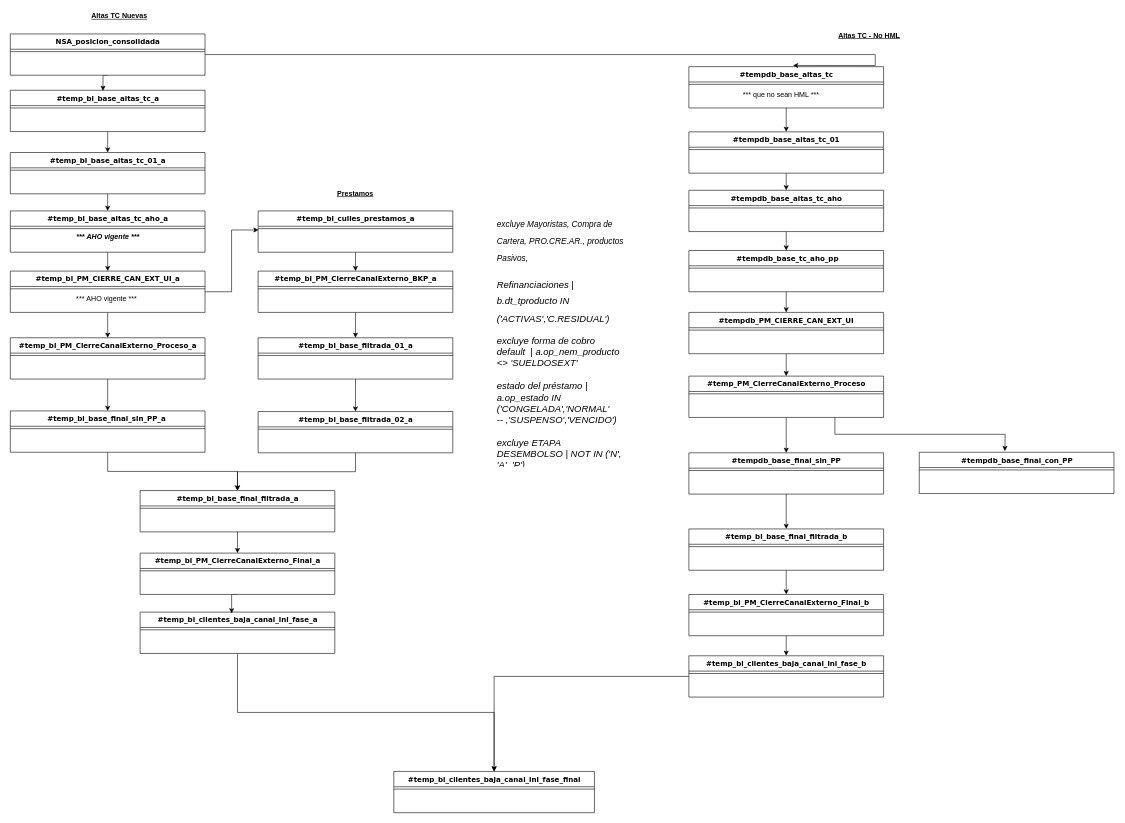
The draw.io diagram BAJA_CANALES_EXT.drawio in imaikev/data-science, before the edit. Source tidied: cells renumbered, new cells numbered last; positions are measured from the earlier drawing's top-left corner, leaving out a move shared by most shapes. Both pictures are drawn from the tidied source at 59%, with x=0, y=0 at pixel (10, 10).
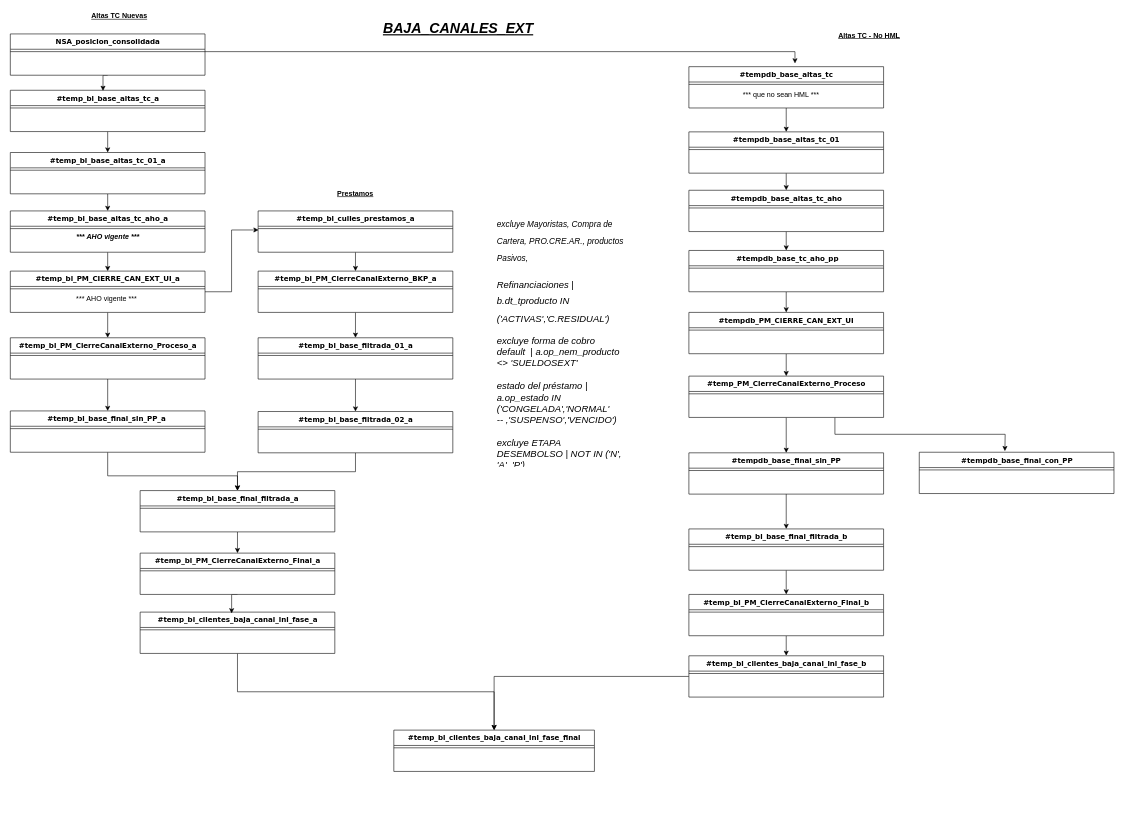
The same page after the edit.

Unchanged cells that the change refers to:
```xml
<mxCell id="11" value="#temp_bi_base_final_filtrada_a" style="swimlane;html=1;fontStyle=1;align=center;verticalAlign=top;horizontal=1;startSize=26;swimlaneFillColor=#ffffff;rounded=0;shadow=0;comic=0;labelBackgroundColor=none;strokeColor=#000000;strokeWidth=1;fillColor=none;fontFamily=Verdana;fontSize=12;fontColor=#000000;" parent="1" vertex="1">
  <mxGeometry x="220" y="814" width="330" height="70" as="geometry" />
</mxCell>
<mxCell id="14" value="#temp_bi_base_final_sin_PP_a&amp;nbsp;" style="swimlane;html=1;fontStyle=1;align=center;verticalAlign=top;horizontal=1;startSize=26;swimlaneFillColor=#ffffff;rounded=0;shadow=0;comic=0;labelBackgroundColor=none;strokeColor=#000000;strokeWidth=1;fillColor=none;fontFamily=Verdana;fontSize=12;fontColor=#000000;" parent="1" vertex="1">
  <mxGeometry y="679" width="330" height="70" as="geometry" />
</mxCell>
<mxCell id="36" value="NSA_posicion_consolidada" style="swimlane;html=1;fontStyle=1;align=center;verticalAlign=top;horizontal=1;startSize=26;swimlaneFillColor=#ffffff;rounded=0;shadow=0;comic=0;labelBackgroundColor=none;strokeColor=#000000;strokeWidth=1;fillColor=none;fontFamily=Verdana;fontSize=12;fontColor=#000000;" parent="1" vertex="1">
  <mxGeometry y="40" width="330" height="70" as="geometry" />
</mxCell>
<mxCell id="37" style="line;html=1;strokeWidth=1;fillColor=none;align=left;verticalAlign=middle;spacingTop=-1;spacingLeft=3;spacingRight=3;labelPosition=right;points=[];portConstraint=eastwest;" parent="36" vertex="1">
  <mxGeometry y="26" width="330" height="8" as="geometry" />
</mxCell>
<mxCell id="66" value="#tempdb_base_altas_tc&lt;br&gt;&lt;br&gt;" style="swimlane;html=1;fontStyle=1;align=center;verticalAlign=top;horizontal=1;startSize=26;swimlaneFillColor=#ffffff;rounded=0;shadow=0;comic=0;labelBackgroundColor=none;strokeColor=#000000;strokeWidth=1;fillColor=none;fontFamily=Verdana;fontSize=12;fontColor=#000000;" parent="1" vertex="1">
  <mxGeometry x="1150.1" y="95.5" width="330" height="70" as="geometry" />
</mxCell>
```

What changed in the source:
```diff
@@
     <mxCell id="2" value="#temp_bi_clientes_baja_canal_ini_fase_final" style="swimlane;html=1;fontStyle=1;align=center;verticalAlign=top;horizontal=1;startSize=26;swimlaneFillColor=#ffffff;rounded=0;shadow=0;comic=0;labelBackgroundColor=none;strokeColor=#000000;strokeWidth=1;fillColor=none;fontFamily=Verdana;fontSize=12;fontColor=#000000;" parent="1" vertex="1">
-      <mxGeometry x="650" y="1290" width="340" height="70" as="geometry" />
+      <mxGeometry x="650" y="1220" width="340" height="70" as="geometry" />
     </mxCell>
@@
     <mxCell id="13" style="edgeStyle=orthogonalEdgeStyle;rounded=0;jettySize=auto;html=1;exitX=0.5;exitY=1;exitDx=0;exitDy=0;entryX=0.5;entryY=0;entryDx=0;entryDy=0;" parent="1" edge="1" source="14" target="11">
-      <mxGeometry relative="1" as="geometry" />
+      <mxGeometry relative="1" as="geometry">
+        <Array as="points">
+          <mxPoint x="165" y="789" />
+          <mxPoint x="385" y="789" />
+        </Array>
+      </mxGeometry>
     </mxCell>
@@
-    <mxCell id="35" style="edgeStyle=orthogonalEdgeStyle;rounded=0;jettySize=auto;html=1;exitX=1;exitY=0.5;exitDx=0;exitDy=0;entryX=0.535;entryY=-0.029;entryDx=0;entryDy=0;entryPerimeter=0;" parent="1" edge="1" source="36" target="66">
-      <mxGeometry relative="1" as="geometry">
-        <Array as="points">
-          <mxPoint x="1466" y="75" />
-        </Array>
-      </mxGeometry>
-    </mxCell>
@@
+    <mxCell id="88" style="edgeStyle=orthogonalEdgeStyle;rounded=0;jettySize=auto;html=1;entryX=0.545;entryY=-0.079;entryDx=0;entryDy=0;entryPerimeter=0;" parent="1" edge="1" source="37" target="66">
+      <mxGeometry relative="1" as="geometry" />
+    </mxCell>
+    <mxCell id="89" value="&lt;i&gt;&lt;b&gt;&lt;font style=&quot;font-size: 24px&quot;&gt;&lt;u&gt;BAJA_CANALES_EXT&lt;/u&gt;&lt;/font&gt;&lt;/b&gt;&lt;/i&gt;" style="text;html=1;" parent="1" vertex="1">
+      <mxGeometry x="630" y="10" width="160" height="30" as="geometry" />
+    </mxCell>
```
